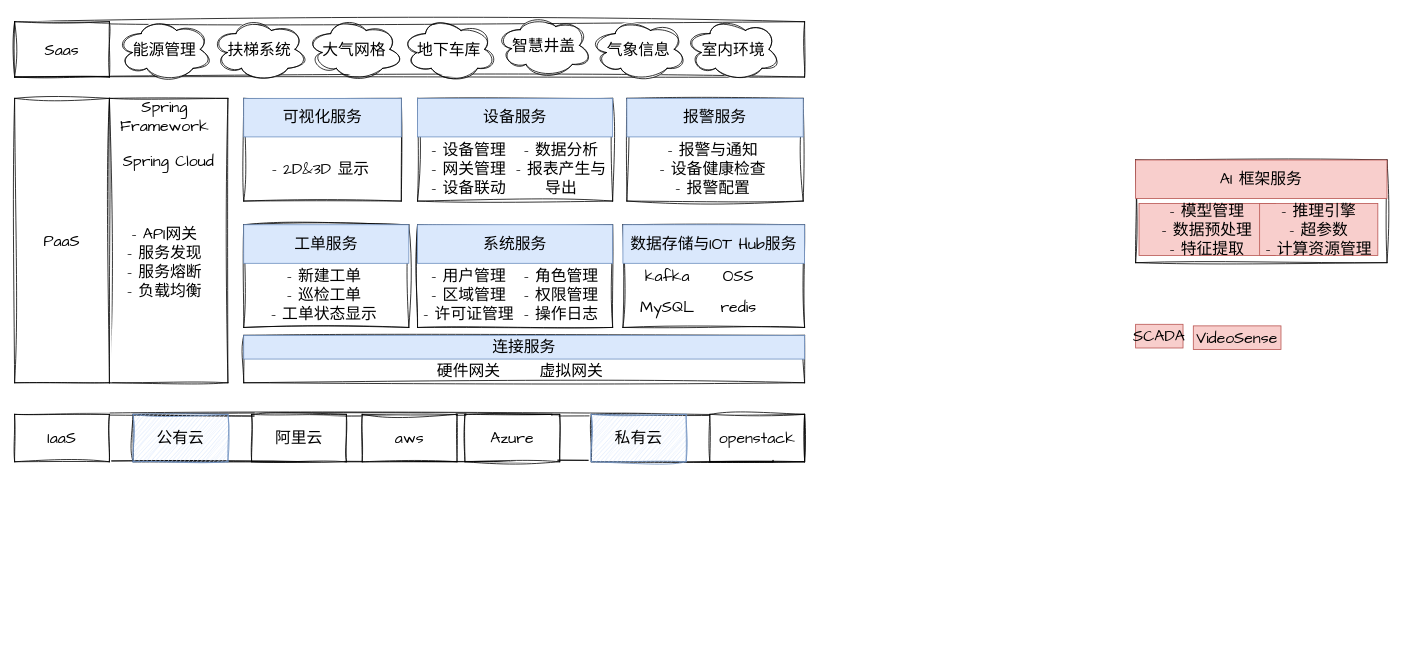
Before: page "pass" (2 of 3) of qiwu.drawio in viking-wj/software, a draw.io diagram. Source tidied: cells renumbered, new cells numbered last; positions are measured from the earlier drawing's top-left corner, leaving out a move shared by most shapes. Both pictures are drawn from the tidied source at 79%, with x=0, y=0 at pixel (14, 13).
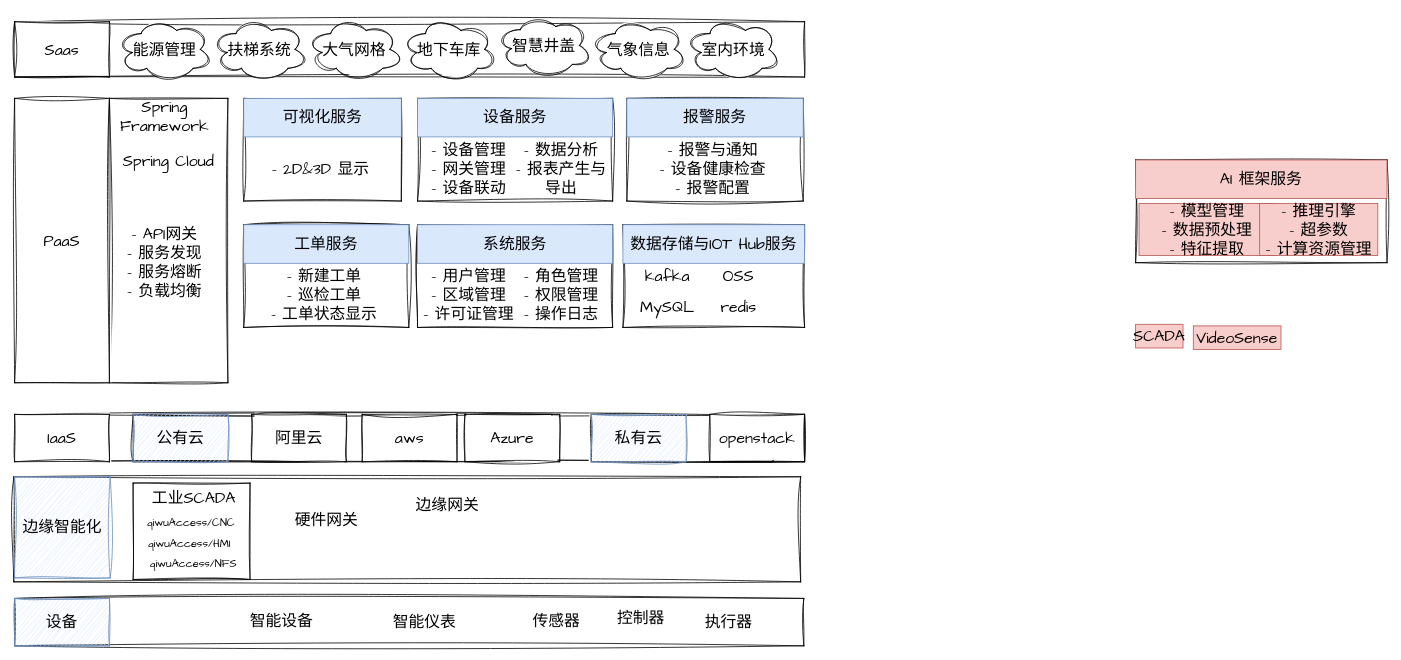
After the change.

What changed in the source:
```diff
@@
     <mxCell id="37" style="rounded=0;whiteSpace=wrap;html=1;sketch=1;hachureGap=4;jiggle=2;curveFitting=1;fontFamily=Architects Daughter;fontSize=20;" parent="1" vertex="1">
-      <mxGeometry x="290" y="407" width="710" height="60" as="geometry" />
+      <mxGeometry x="-1" y="586" width="996" height="133" as="geometry" />
     </mxCell>
-    <mxCell id="38" value="连接服务" style="text;html=1;strokeColor=#6c8ebf;fillColor=#dae8fc;align=center;verticalAlign=middle;whiteSpace=wrap;rounded=0;fontSize=20;fontFamily=Architects Daughter;" parent="1" vertex="1">
-      <mxGeometry x="290" y="407" width="710" height="30" as="geometry" />
-    </mxCell>
-    <mxCell id="39" value="硬件网关" style="text;html=1;strokeColor=none;fillColor=none;align=center;verticalAlign=middle;whiteSpace=wrap;rounded=0;fontSize=20;fontFamily=Architects Daughter;" parent="1" vertex="1">
-      <mxGeometry x="530" y="437" width="90" height="30" as="geometry" />
-    </mxCell>
-    <mxCell id="40" value="虚拟网关" style="text;html=1;strokeColor=none;fillColor=none;align=center;verticalAlign=middle;whiteSpace=wrap;rounded=0;fontSize=20;fontFamily=Architects Daughter;" parent="1" vertex="1">
-      <mxGeometry x="660" y="437" width="90" height="30" as="geometry" />
+    <mxCell id="40" value="边缘网关" style="text;html=1;strokeColor=none;fillColor=none;align=center;verticalAlign=middle;whiteSpace=wrap;rounded=0;fontSize=20;fontFamily=Architects Daughter;" parent="1" vertex="1">
+      <mxGeometry x="503" y="607" width="90" height="30" as="geometry" />
     </mxCell>
@@
+    <mxCell id="39" value="硬件网关" style="text;html=1;strokeColor=none;fillColor=none;align=center;verticalAlign=middle;whiteSpace=wrap;rounded=0;fontSize=20;fontFamily=Architects Daughter;" parent="1" vertex="1">
+      <mxGeometry x="350" y="622" width="90" height="35" as="geometry" />
+    </mxCell>
@@
+    <mxCell id="69" style="rounded=0;whiteSpace=wrap;html=1;sketch=1;hachureGap=4;jiggle=2;curveFitting=1;fontFamily=Architects Daughter;fontSize=20;" parent="1" vertex="1">
+      <mxGeometry y="740" width="999" height="60" as="geometry" />
+    </mxCell>
+    <mxCell id="70" value="智能设备" style="text;html=1;strokeColor=none;fillColor=none;align=center;verticalAlign=middle;whiteSpace=wrap;rounded=0;fontSize=20;fontFamily=Architects Daughter;" parent="1" vertex="1">
+      <mxGeometry x="292.5" y="752.5" width="90" height="30" as="geometry" />
+    </mxCell>
+    <mxCell id="71" value="智能仪表" style="text;html=1;strokeColor=none;fillColor=none;align=center;verticalAlign=middle;whiteSpace=wrap;rounded=0;fontSize=20;fontFamily=Architects Daughter;" parent="1" vertex="1">
+      <mxGeometry x="473.5" y="755" width="90" height="30" as="geometry" />
+    </mxCell>
+    <mxCell id="72" value="传感器" style="text;html=1;strokeColor=none;fillColor=none;align=center;verticalAlign=middle;whiteSpace=wrap;rounded=0;fontSize=20;fontFamily=Architects Daughter;" parent="1" vertex="1">
+      <mxGeometry x="641" y="755" width="90" height="25" as="geometry" />
+    </mxCell>
+    <mxCell id="73" value="控制器" style="text;html=1;strokeColor=none;fillColor=none;align=center;verticalAlign=middle;whiteSpace=wrap;rounded=0;fontSize=20;fontFamily=Architects Daughter;" parent="1" vertex="1">
+      <mxGeometry x="758" y="750" width="70" height="30" as="geometry" />
+    </mxCell>
+    <mxCell id="74" value="执行器" style="text;html=1;strokeColor=none;fillColor=none;align=center;verticalAlign=middle;whiteSpace=wrap;rounded=0;fontSize=20;fontFamily=Architects Daughter;" parent="1" vertex="1">
+      <mxGeometry x="869" y="755" width="70" height="30" as="geometry" />
+    </mxCell>
+    <mxCell id="75" value="设备" style="rounded=0;whiteSpace=wrap;html=1;sketch=1;hachureGap=4;jiggle=2;curveFitting=1;fontFamily=Architects Daughter;fontSize=20;fillColor=#dae8fc;strokeColor=#6c8ebf;" parent="1" vertex="1">
+      <mxGeometry y="740" width="120" height="60" as="geometry" />
+    </mxCell>
+    <mxCell id="76" value="边缘智能化" style="rounded=0;whiteSpace=wrap;html=1;sketch=1;hachureGap=4;jiggle=2;curveFitting=1;fontFamily=Architects Daughter;fontSize=20;fillColor=#dae8fc;strokeColor=#6c8ebf;" parent="1" vertex="1">
+      <mxGeometry y="586" width="121" height="128" as="geometry" />
+    </mxCell>
+    <mxCell id="77" style="rounded=0;whiteSpace=wrap;html=1;sketch=1;hachureGap=4;jiggle=2;curveFitting=1;fontFamily=Architects Daughter;fontSize=20;" parent="1" vertex="1">
+      <mxGeometry x="150" y="594" width="148" height="122" as="geometry" />
+    </mxCell>
+    <mxCell id="78" value="工业SCADA" style="text;html=1;strokeColor=none;fillColor=none;align=center;verticalAlign=middle;whiteSpace=wrap;rounded=0;fontSize=20;fontFamily=Architects Daughter;" parent="1" vertex="1">
+      <mxGeometry x="168" y="598" width="118" height="30" as="geometry" />
+    </mxCell>
+    <mxCell id="79" value="qiwuAccess/CNC" style="text;html=1;strokeColor=none;fillColor=none;align=center;verticalAlign=middle;whiteSpace=wrap;rounded=0;fontSize=14;fontFamily=Architects Daughter;" parent="1" vertex="1">
+      <mxGeometry x="152" y="630" width="143" height="30" as="geometry" />
+    </mxCell>
+    <mxCell id="80" value="qiwuAccess/HMI" style="text;html=1;strokeColor=none;fillColor=none;align=center;verticalAlign=middle;whiteSpace=wrap;rounded=0;fontSize=14;fontFamily=Architects Daughter;" parent="1" vertex="1">
+      <mxGeometry x="149.5" y="657" width="143" height="30" as="geometry" />
+    </mxCell>
+    <mxCell id="81" value="qiwuAccess/NFS" style="text;html=1;strokeColor=none;fillColor=none;align=center;verticalAlign=middle;whiteSpace=wrap;rounded=0;fontSize=14;fontFamily=Architects Daughter;" parent="1" vertex="1">
+      <mxGeometry x="155" y="681" width="143" height="31" as="geometry" />
+    </mxCell>
```
